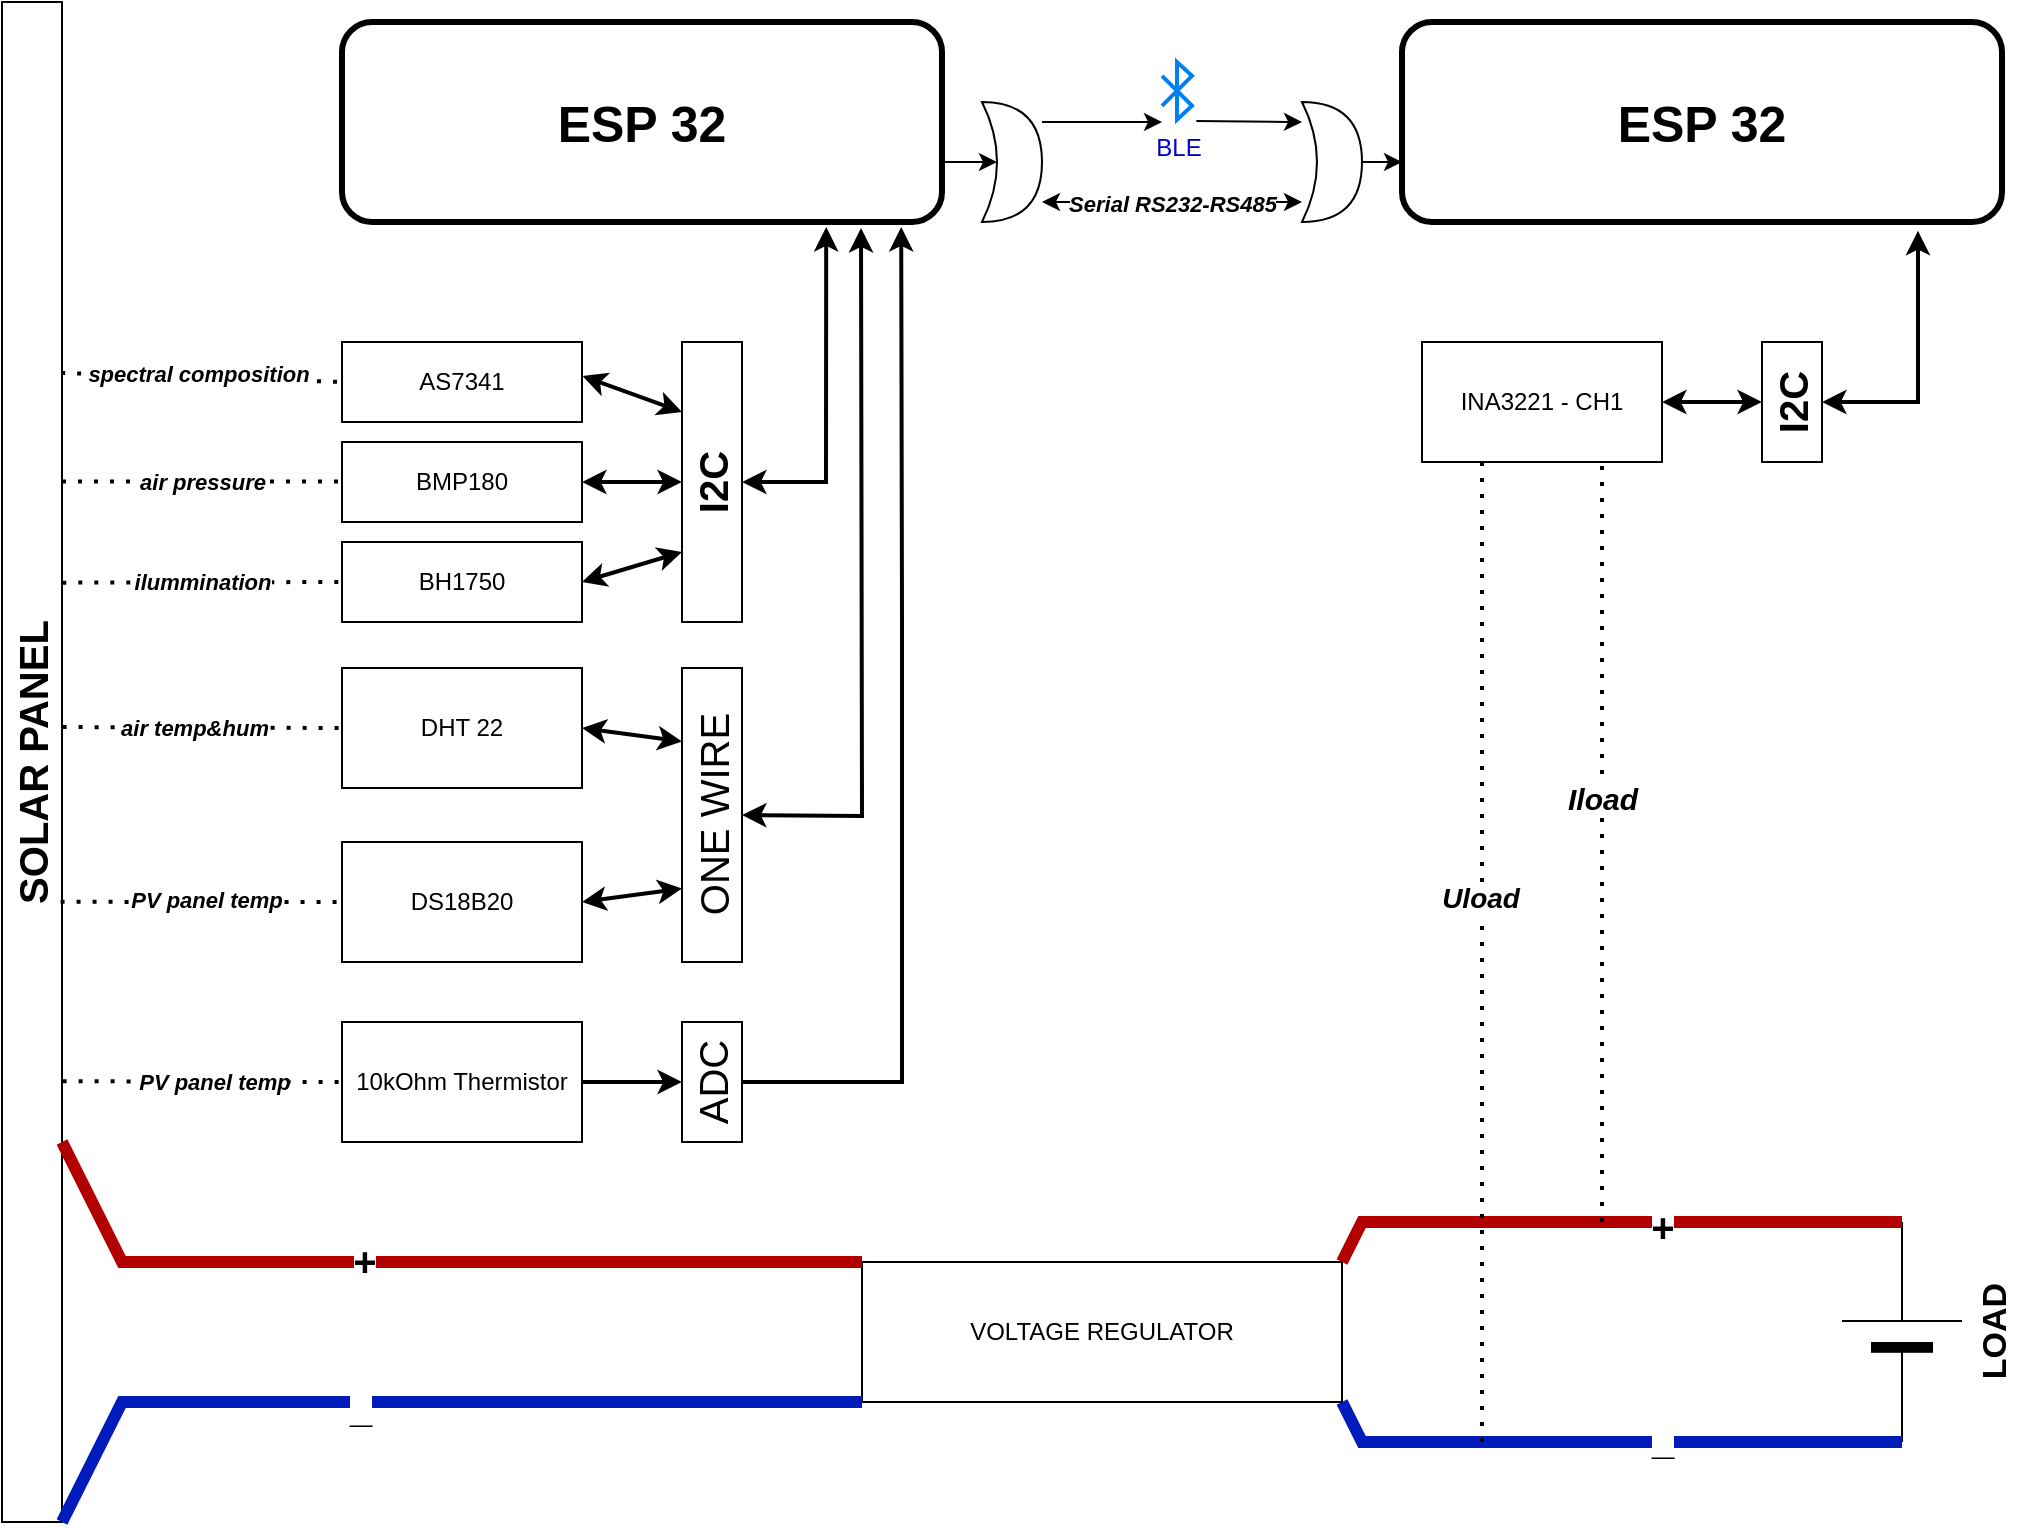
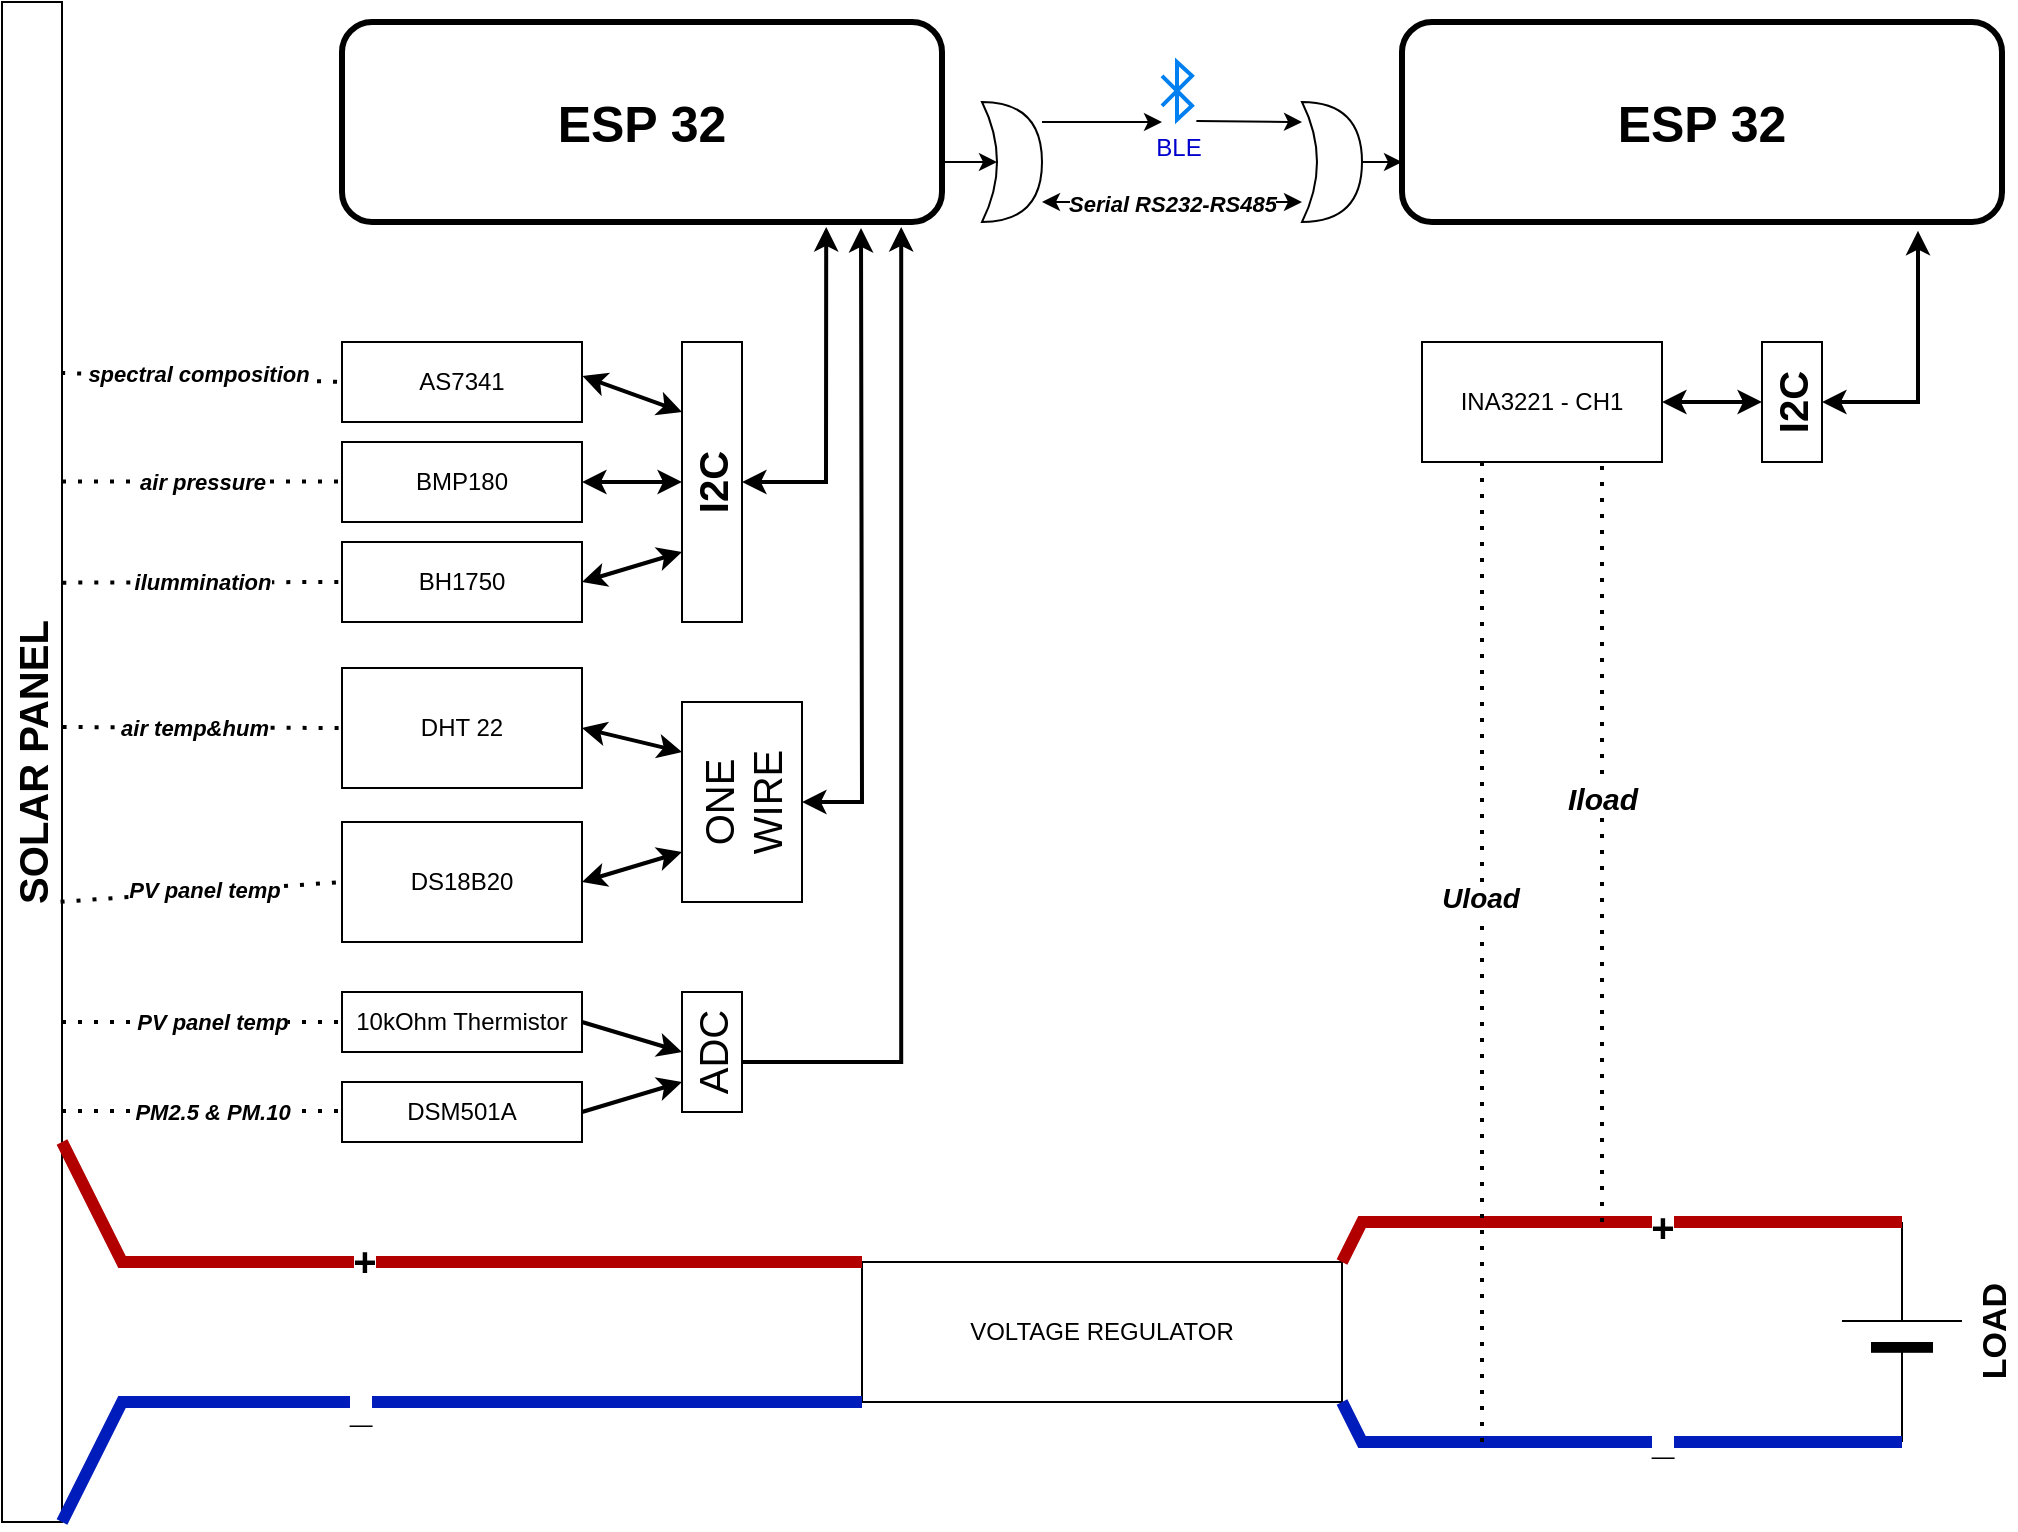
- <mxfile host="Electron" modified="2025-11-11T09:03:38.011Z" agent="Mozilla/5.0 (Windows NT 10.0; Win64; x64) AppleWebKit/537.36 (KHTML, like Gecko) draw.io/22.1.16 Chrome/120.0.6099.109 Electron/28.1.0 Safari/537.36" etag="u5xHpO6dtD288Hbh1UQF" version="22.1.16" type="device">
+ <mxfile host="Electron" modified="2026-04-18T19:34:10.378Z" agent="Mozilla/5.0 (Windows NT 10.0; Win64; x64) AppleWebKit/537.36 (KHTML, like Gecko) draw.io/22.1.16 Chrome/120.0.6099.109 Electron/28.1.0 Safari/537.36" etag="Jt_EB93wE-KIEg3zIVsf" version="22.1.16" type="device">
  <diagram name="Page-1" id="dsL5FArrMQpEW0t36DHo">
-     <mxGraphModel dx="676" dy="391" grid="1" gridSize="10" guides="1" tooltips="1" connect="1" arrows="1" fold="1" page="1" pageScale="1" pageWidth="1169" pageHeight="827" math="0" shadow="0">
+     <mxGraphModel dx="1578" dy="913" grid="1" gridSize="10" guides="1" tooltips="1" connect="1" arrows="1" fold="1" page="1" pageScale="1" pageWidth="1169" pageHeight="827" math="0" shadow="0">
      <root>
        <mxCell id="0" />
        <mxCell id="1" parent="0" />
        <mxCell id="nxWvIqxsWln9l-AZaTEs-78" value="" style="edgeStyle=orthogonalEdgeStyle;rounded=0;orthogonalLoop=1;jettySize=auto;html=1;entryX=0.25;entryY=0.5;entryDx=0;entryDy=0;entryPerimeter=0;" parent="1" source="nxWvIqxsWln9l-AZaTEs-2" target="nxWvIqxsWln9l-AZaTEs-77" edge="1">
          <mxGeometry relative="1" as="geometry">
            <Array as="points">
              <mxPoint x="540" y="100" />
              <mxPoint x="540" y="100" />
            </Array>
          </mxGeometry>
        </mxCell>
        <mxCell id="nxWvIqxsWln9l-AZaTEs-2" value="&lt;b&gt;&lt;font style=&quot;font-size: 25px;&quot;&gt;ESP 32&lt;/font&gt;&lt;/b&gt;" style="rounded=1;whiteSpace=wrap;html=1;strokeWidth=3;rotation=0;" parent="1" vertex="1">
          <mxGeometry x="230" y="30" width="300" height="100" as="geometry" />
        </mxCell>
        <mxCell id="nxWvIqxsWln9l-AZaTEs-4" value="&lt;b&gt;&lt;font style=&quot;font-size: 20px;&quot;&gt;SOLAR PANEL&lt;/font&gt;&lt;/b&gt;" style="shape=rect;dashed=0;shadow=0;html=1;whiteSpace=wrap;direction=south;horizontal=0;" parent="1" vertex="1">
          <mxGeometry x="60" y="20" width="30" height="760" as="geometry" />
        </mxCell>
        <mxCell id="nxWvIqxsWln9l-AZaTEs-5" value="&lt;b&gt;&lt;font style=&quot;font-size: 25px;&quot;&gt;ESP 32&lt;/font&gt;&lt;/b&gt;" style="rounded=1;whiteSpace=wrap;html=1;strokeWidth=3;rotation=0;" parent="1" vertex="1">
          <mxGeometry x="760" y="30" width="300" height="100" as="geometry" />
        </mxCell>
        <mxCell id="nxWvIqxsWln9l-AZaTEs-6" value="DHT 22" style="rounded=0;whiteSpace=wrap;html=1;" parent="1" vertex="1">
          <mxGeometry x="230" y="353" width="120" height="60" as="geometry" />
        </mxCell>
        <mxCell id="nxWvIqxsWln9l-AZaTEs-7" value="BH1750" style="rounded=0;whiteSpace=wrap;html=1;" parent="1" vertex="1">
          <mxGeometry x="230" y="290" width="120" height="40" as="geometry" />
        </mxCell>
        <mxCell id="nxWvIqxsWln9l-AZaTEs-8" value="AS7341" style="rounded=0;whiteSpace=wrap;html=1;" parent="1" vertex="1">
          <mxGeometry x="230" y="190" width="120" height="40" as="geometry" />
        </mxCell>
        <mxCell id="nxWvIqxsWln9l-AZaTEs-9" value="DS18B20" style="rounded=0;whiteSpace=wrap;html=1;" parent="1" vertex="1">
-           <mxGeometry x="230" y="440" width="120" height="60" as="geometry" />
+           <mxGeometry x="230" y="430" width="120" height="60" as="geometry" />
        </mxCell>
        <mxCell id="nxWvIqxsWln9l-AZaTEs-10" value="10kOhm Thermistor" style="rounded=0;whiteSpace=wrap;html=1;" parent="1" vertex="1">
-           <mxGeometry x="230" y="530" width="120" height="60" as="geometry" />
+           <mxGeometry x="230" y="515" width="120" height="30" as="geometry" />
        </mxCell>
        <mxCell id="nxWvIqxsWln9l-AZaTEs-11" value="INA3221 - CH1" style="rounded=0;whiteSpace=wrap;html=1;" parent="1" vertex="1">
          <mxGeometry x="770" y="190" width="120" height="60" as="geometry" />
        </mxCell>
        <mxCell id="nxWvIqxsWln9l-AZaTEs-12" value="&lt;b&gt;&lt;font style=&quot;font-size: 17px;&quot;&gt;LOAD&lt;/font&gt;&lt;/b&gt;" style="verticalLabelPosition=bottom;shadow=0;dashed=0;align=center;fillColor=strokeColor;html=1;verticalAlign=top;strokeWidth=1;shape=mxgraph.electrical.miscellaneous.monocell_battery;rotation=-90;" parent="1" vertex="1">
          <mxGeometry x="955" y="655" width="110" height="60" as="geometry" />
        </mxCell>
        <mxCell id="nxWvIqxsWln9l-AZaTEs-13" value="VOLTAGE REGULATOR" style="rounded=0;whiteSpace=wrap;html=1;" parent="1" vertex="1">
          <mxGeometry x="490" y="650" width="240" height="70" as="geometry" />
        </mxCell>
        <mxCell id="nxWvIqxsWln9l-AZaTEs-14" value="" style="endArrow=none;html=1;rounded=0;exitX=1;exitY=0;exitDx=0;exitDy=0;entryX=1;entryY=0.5;entryDx=0;entryDy=0;entryPerimeter=0;strokeWidth=6;fillColor=#e51400;strokeColor=#B20000;" parent="1" source="nxWvIqxsWln9l-AZaTEs-13" target="nxWvIqxsWln9l-AZaTEs-12" edge="1">
          <mxGeometry width="50" height="50" relative="1" as="geometry">
            <mxPoint x="630" y="470" as="sourcePoint" />
            <mxPoint x="680" y="420" as="targetPoint" />
            <Array as="points">
              <mxPoint x="740" y="630" />
            </Array>
          </mxGeometry>
        </mxCell>
        <mxCell id="nxWvIqxsWln9l-AZaTEs-61" value="+" style="edgeLabel;html=1;align=center;verticalAlign=middle;resizable=0;points=[];fontSize=20;fontStyle=1" parent="nxWvIqxsWln9l-AZaTEs-14" vertex="1" connectable="0">
          <mxGeometry x="0.2298" y="-2" relative="1" as="geometry">
            <mxPoint x="-8" as="offset" />
          </mxGeometry>
        </mxCell>
        <mxCell id="nxWvIqxsWln9l-AZaTEs-15" value="" style="endArrow=none;html=1;rounded=0;exitX=1;exitY=1;exitDx=0;exitDy=0;strokeWidth=6;fillColor=#0050ef;strokeColor=#001DBC;fontSize=20;fontStyle=1" parent="1" source="nxWvIqxsWln9l-AZaTEs-13" edge="1">
          <mxGeometry width="50" height="50" relative="1" as="geometry">
            <mxPoint x="630" y="470" as="sourcePoint" />
            <mxPoint x="1010" y="740" as="targetPoint" />
            <Array as="points">
              <mxPoint x="740" y="740" />
            </Array>
          </mxGeometry>
        </mxCell>
        <mxCell id="nxWvIqxsWln9l-AZaTEs-62" value="_" style="edgeLabel;html=1;align=center;verticalAlign=middle;resizable=0;points=[];fontSize=20;fontStyle=1" parent="nxWvIqxsWln9l-AZaTEs-15" vertex="1" connectable="0">
          <mxGeometry x="0.3485" y="2" relative="1" as="geometry">
            <mxPoint x="-25" as="offset" />
          </mxGeometry>
        </mxCell>
        <mxCell id="nxWvIqxsWln9l-AZaTEs-16" value="" style="endArrow=none;html=1;rounded=0;exitX=0;exitY=0;exitDx=0;exitDy=0;entryX=0.75;entryY=0;entryDx=0;entryDy=0;strokeWidth=6;fillColor=#e51400;strokeColor=#B20000;" parent="1" source="nxWvIqxsWln9l-AZaTEs-13" target="nxWvIqxsWln9l-AZaTEs-4" edge="1">
          <mxGeometry width="50" height="50" relative="1" as="geometry">
            <mxPoint x="630" y="470" as="sourcePoint" />
            <mxPoint x="680" y="420" as="targetPoint" />
            <Array as="points">
              <mxPoint x="120" y="650" />
            </Array>
          </mxGeometry>
        </mxCell>
        <mxCell id="nxWvIqxsWln9l-AZaTEs-59" value="+" style="edgeLabel;html=1;align=center;verticalAlign=middle;resizable=0;points=[];fontSize=20;fontStyle=1" parent="nxWvIqxsWln9l-AZaTEs-16" vertex="1" connectable="0">
          <mxGeometry x="0.1403" y="-1" relative="1" as="geometry">
            <mxPoint as="offset" />
          </mxGeometry>
        </mxCell>
        <mxCell id="nxWvIqxsWln9l-AZaTEs-17" value="" style="endArrow=none;html=1;rounded=0;exitX=0;exitY=1;exitDx=0;exitDy=0;entryX=1;entryY=0;entryDx=0;entryDy=0;strokeWidth=6;fillColor=#0050ef;strokeColor=#001DBC;" parent="1" source="nxWvIqxsWln9l-AZaTEs-13" target="nxWvIqxsWln9l-AZaTEs-4" edge="1">
          <mxGeometry width="50" height="50" relative="1" as="geometry">
            <mxPoint x="630" y="470" as="sourcePoint" />
            <mxPoint x="680" y="420" as="targetPoint" />
            <Array as="points">
              <mxPoint x="120" y="720" />
            </Array>
          </mxGeometry>
        </mxCell>
        <mxCell id="nxWvIqxsWln9l-AZaTEs-60" value="_" style="edgeLabel;html=1;align=center;verticalAlign=middle;resizable=0;points=[];fontSize=20;fontStyle=1" parent="nxWvIqxsWln9l-AZaTEs-17" vertex="1" connectable="0">
          <mxGeometry x="0.15" y="2" relative="1" as="geometry">
            <mxPoint as="offset" />
          </mxGeometry>
        </mxCell>
        <mxCell id="nxWvIqxsWln9l-AZaTEs-20" value="" style="endArrow=none;dashed=1;html=1;dashPattern=1 3;strokeWidth=2;rounded=0;entryX=0.25;entryY=1;entryDx=0;entryDy=0;" parent="1" target="nxWvIqxsWln9l-AZaTEs-11" edge="1">
          <mxGeometry width="50" height="50" relative="1" as="geometry">
            <mxPoint x="800" y="740" as="sourcePoint" />
            <mxPoint x="680" y="420" as="targetPoint" />
          </mxGeometry>
        </mxCell>
        <mxCell id="nxWvIqxsWln9l-AZaTEs-22" value="&lt;b style=&quot;font-size: 14px;&quot;&gt;Uload&lt;/b&gt;" style="edgeLabel;html=1;align=center;verticalAlign=middle;resizable=0;points=[];fontSize=14;fontStyle=2" parent="nxWvIqxsWln9l-AZaTEs-20" vertex="1" connectable="0">
          <mxGeometry x="0.1117" y="1" relative="1" as="geometry">
            <mxPoint as="offset" />
          </mxGeometry>
        </mxCell>
        <mxCell id="nxWvIqxsWln9l-AZaTEs-21" value="" style="endArrow=none;dashed=1;html=1;dashPattern=1 3;strokeWidth=2;rounded=0;entryX=0.75;entryY=1;entryDx=0;entryDy=0;" parent="1" target="nxWvIqxsWln9l-AZaTEs-11" edge="1">
          <mxGeometry width="50" height="50" relative="1" as="geometry">
            <mxPoint x="860" y="630" as="sourcePoint" />
            <mxPoint x="860" y="540" as="targetPoint" />
          </mxGeometry>
        </mxCell>
        <mxCell id="nxWvIqxsWln9l-AZaTEs-24" value="&lt;b style=&quot;font-size: 15px;&quot;&gt;Iload&lt;/b&gt;" style="edgeLabel;html=1;align=center;verticalAlign=middle;resizable=0;points=[];fontSize=15;fontStyle=2" parent="nxWvIqxsWln9l-AZaTEs-21" vertex="1" connectable="0">
          <mxGeometry x="0.1158" relative="1" as="geometry">
            <mxPoint as="offset" />
          </mxGeometry>
        </mxCell>
        <mxCell id="nxWvIqxsWln9l-AZaTEs-39" value="&lt;b&gt;&lt;font style=&quot;font-size: 20px;&quot;&gt;I2C&lt;/font&gt;&lt;/b&gt;" style="shape=rect;dashed=0;shadow=0;html=1;whiteSpace=wrap;direction=south;horizontal=0;" parent="1" vertex="1">
          <mxGeometry x="400" y="190" width="30" height="140" as="geometry" />
        </mxCell>
        <mxCell id="nxWvIqxsWln9l-AZaTEs-40" value="&lt;font style=&quot;font-size: 20px;&quot;&gt;ONE WIRE&lt;/font&gt;" style="shape=rect;dashed=0;shadow=0;html=1;whiteSpace=wrap;direction=south;horizontal=0;" parent="1" vertex="1">
-           <mxGeometry x="400" y="353" width="30" height="147" as="geometry" />
+           <mxGeometry x="400" y="370" width="60" height="100" as="geometry" />
        </mxCell>
        <mxCell id="nxWvIqxsWln9l-AZaTEs-55" style="edgeStyle=orthogonalEdgeStyle;rounded=0;orthogonalLoop=1;jettySize=auto;html=1;entryX=0.932;entryY=1.025;entryDx=0;entryDy=0;entryPerimeter=0;strokeWidth=2;" parent="1" source="nxWvIqxsWln9l-AZaTEs-41" target="nxWvIqxsWln9l-AZaTEs-2" edge="1">
          <mxGeometry relative="1" as="geometry">
            <mxPoint x="510" y="139" as="targetPoint" />
            <Array as="points">
-               <mxPoint x="510" y="560" />
-               <mxPoint x="510" y="330" />
-               <mxPoint x="510" y="330" />
+               <mxPoint x="510" y="550" />
            </Array>
          </mxGeometry>
        </mxCell>
        <mxCell id="nxWvIqxsWln9l-AZaTEs-41" value="&lt;font style=&quot;font-size: 20px;&quot;&gt;ADC&lt;/font&gt;" style="shape=rect;dashed=0;shadow=0;html=1;whiteSpace=wrap;direction=south;horizontal=0;" parent="1" vertex="1">
-           <mxGeometry x="400" y="530" width="30" height="60" as="geometry" />
+           <mxGeometry x="400" y="515" width="30" height="60" as="geometry" />
        </mxCell>
        <mxCell id="nxWvIqxsWln9l-AZaTEs-42" value="" style="endArrow=classic;startArrow=classic;html=1;rounded=0;entryX=1.002;entryY=0.424;entryDx=0;entryDy=0;entryPerimeter=0;exitX=0.25;exitY=1;exitDx=0;exitDy=0;strokeWidth=2;" parent="1" source="nxWvIqxsWln9l-AZaTEs-39" target="nxWvIqxsWln9l-AZaTEs-8" edge="1">
          <mxGeometry width="50" height="50" relative="1" as="geometry">
            <mxPoint x="450" y="390" as="sourcePoint" />
            <mxPoint x="500" y="340" as="targetPoint" />
          </mxGeometry>
        </mxCell>
        <mxCell id="nxWvIqxsWln9l-AZaTEs-43" value="" style="endArrow=classic;startArrow=classic;html=1;rounded=0;exitX=1;exitY=0.5;exitDx=0;exitDy=0;entryX=0.75;entryY=1;entryDx=0;entryDy=0;strokeWidth=2;" parent="1" source="nxWvIqxsWln9l-AZaTEs-7" target="nxWvIqxsWln9l-AZaTEs-39" edge="1">
          <mxGeometry width="50" height="50" relative="1" as="geometry">
            <mxPoint x="450" y="390" as="sourcePoint" />
            <mxPoint x="500" y="340" as="targetPoint" />
          </mxGeometry>
        </mxCell>
        <mxCell id="nxWvIqxsWln9l-AZaTEs-44" value="" style="endArrow=classic;startArrow=classic;html=1;rounded=0;entryX=1;entryY=0.5;entryDx=0;entryDy=0;exitX=0.25;exitY=1;exitDx=0;exitDy=0;strokeWidth=2;" parent="1" source="nxWvIqxsWln9l-AZaTEs-40" target="nxWvIqxsWln9l-AZaTEs-6" edge="1">
          <mxGeometry width="50" height="50" relative="1" as="geometry">
            <mxPoint x="450" y="390" as="sourcePoint" />
            <mxPoint x="500" y="340" as="targetPoint" />
          </mxGeometry>
        </mxCell>
        <mxCell id="nxWvIqxsWln9l-AZaTEs-45" value="" style="endArrow=classic;startArrow=classic;html=1;rounded=0;exitX=1;exitY=0.5;exitDx=0;exitDy=0;entryX=0.75;entryY=1;entryDx=0;entryDy=0;strokeWidth=2;" parent="1" source="nxWvIqxsWln9l-AZaTEs-9" target="nxWvIqxsWln9l-AZaTEs-40" edge="1">
          <mxGeometry width="50" height="50" relative="1" as="geometry">
            <mxPoint x="450" y="390" as="sourcePoint" />
            <mxPoint x="500" y="340" as="targetPoint" />
          </mxGeometry>
        </mxCell>
        <mxCell id="nxWvIqxsWln9l-AZaTEs-46" value="" style="endArrow=classic;html=1;rounded=0;exitX=1;exitY=0.5;exitDx=0;exitDy=0;entryX=0.5;entryY=1;entryDx=0;entryDy=0;strokeWidth=2;" parent="1" source="nxWvIqxsWln9l-AZaTEs-10" target="nxWvIqxsWln9l-AZaTEs-41" edge="1">
          <mxGeometry width="50" height="50" relative="1" as="geometry">
            <mxPoint x="450" y="390" as="sourcePoint" />
            <mxPoint x="500" y="340" as="targetPoint" />
          </mxGeometry>
        </mxCell>
        <mxCell id="nxWvIqxsWln9l-AZaTEs-47" value="" style="endArrow=none;dashed=1;html=1;dashPattern=1 3;strokeWidth=2;rounded=0;entryX=0;entryY=0.5;entryDx=0;entryDy=0;exitX=0.244;exitY=0.014;exitDx=0;exitDy=0;exitPerimeter=0;" parent="1" source="nxWvIqxsWln9l-AZaTEs-4" target="nxWvIqxsWln9l-AZaTEs-8" edge="1">
          <mxGeometry width="50" height="50" relative="1" as="geometry">
            <mxPoint x="90" y="220" as="sourcePoint" />
            <mxPoint x="500" y="340" as="targetPoint" />
          </mxGeometry>
        </mxCell>
        <mxCell id="nxWvIqxsWln9l-AZaTEs-69" value="spectral composition" style="edgeLabel;html=1;align=center;verticalAlign=middle;resizable=0;points=[];fontStyle=3" parent="nxWvIqxsWln9l-AZaTEs-47" vertex="1" connectable="0">
          <mxGeometry x="-0.0345" y="2" relative="1" as="geometry">
            <mxPoint as="offset" />
          </mxGeometry>
        </mxCell>
        <mxCell id="nxWvIqxsWln9l-AZaTEs-48" value="" style="endArrow=none;dashed=1;html=1;dashPattern=1 3;strokeWidth=2;rounded=0;entryX=0;entryY=0.5;entryDx=0;entryDy=0;exitX=0.382;exitY=-0.005;exitDx=0;exitDy=0;exitPerimeter=0;" parent="1" source="nxWvIqxsWln9l-AZaTEs-4" target="nxWvIqxsWln9l-AZaTEs-7" edge="1">
          <mxGeometry width="50" height="50" relative="1" as="geometry">
            <mxPoint x="160" y="300" as="sourcePoint" />
            <mxPoint x="210" y="250" as="targetPoint" />
          </mxGeometry>
        </mxCell>
        <mxCell id="nxWvIqxsWln9l-AZaTEs-72" value="ilummination" style="edgeLabel;html=1;align=center;verticalAlign=middle;resizable=0;points=[];fontStyle=3" parent="nxWvIqxsWln9l-AZaTEs-48" vertex="1" connectable="0">
          <mxGeometry x="-0.3609" y="1" relative="1" as="geometry">
            <mxPoint x="25" y="1" as="offset" />
          </mxGeometry>
        </mxCell>
        <mxCell id="nxWvIqxsWln9l-AZaTEs-49" value="" style="endArrow=none;dashed=1;html=1;dashPattern=1 3;strokeWidth=2;rounded=0;entryX=0;entryY=0.5;entryDx=0;entryDy=0;exitX=0.477;exitY=-0.01;exitDx=0;exitDy=0;exitPerimeter=0;" parent="1" source="nxWvIqxsWln9l-AZaTEs-4" target="nxWvIqxsWln9l-AZaTEs-6" edge="1">
          <mxGeometry width="50" height="50" relative="1" as="geometry">
            <mxPoint x="160" y="440" as="sourcePoint" />
            <mxPoint x="210" y="390" as="targetPoint" />
          </mxGeometry>
        </mxCell>
        <mxCell id="nxWvIqxsWln9l-AZaTEs-73" value="air temp&amp;amp;hum" style="edgeLabel;html=1;align=center;verticalAlign=middle;resizable=0;points=[];fontStyle=3" parent="nxWvIqxsWln9l-AZaTEs-49" vertex="1" connectable="0">
          <mxGeometry x="-0.0666" relative="1" as="geometry">
            <mxPoint as="offset" />
          </mxGeometry>
        </mxCell>
        <mxCell id="nxWvIqxsWln9l-AZaTEs-50" value="" style="endArrow=none;dashed=1;html=1;dashPattern=1 3;strokeWidth=2;rounded=0;entryX=0;entryY=0.5;entryDx=0;entryDy=0;exitX=0.592;exitY=0.024;exitDx=0;exitDy=0;exitPerimeter=0;" parent="1" source="nxWvIqxsWln9l-AZaTEs-4" target="nxWvIqxsWln9l-AZaTEs-9" edge="1">
          <mxGeometry width="50" height="50" relative="1" as="geometry">
            <mxPoint x="160" y="510" as="sourcePoint" />
            <mxPoint x="210" y="460" as="targetPoint" />
          </mxGeometry>
        </mxCell>
        <mxCell id="nxWvIqxsWln9l-AZaTEs-74" value="PV panel temp" style="edgeLabel;html=1;align=center;verticalAlign=middle;resizable=0;points=[];fontStyle=3" parent="nxWvIqxsWln9l-AZaTEs-50" vertex="1" connectable="0">
          <mxGeometry x="0.0241" y="1" relative="1" as="geometry">
            <mxPoint as="offset" />
          </mxGeometry>
        </mxCell>
-         <mxCell id="nxWvIqxsWln9l-AZaTEs-51" value="" style="endArrow=none;dashed=1;html=1;dashPattern=1 3;strokeWidth=2;rounded=0;entryX=0;entryY=0.5;entryDx=0;entryDy=0;exitX=0.71;exitY=-0.01;exitDx=0;exitDy=0;exitPerimeter=0;" parent="1" source="nxWvIqxsWln9l-AZaTEs-4" target="nxWvIqxsWln9l-AZaTEs-10" edge="1">
+         <mxCell id="nxWvIqxsWln9l-AZaTEs-51" value="" style="endArrow=none;dashed=1;html=1;dashPattern=1 3;strokeWidth=2;rounded=0;entryX=0;entryY=0.5;entryDx=0;entryDy=0;exitX=0.671;exitY=0;exitDx=0;exitDy=0;exitPerimeter=0;" parent="1" source="nxWvIqxsWln9l-AZaTEs-4" target="nxWvIqxsWln9l-AZaTEs-10" edge="1">
          <mxGeometry width="50" height="50" relative="1" as="geometry">
            <mxPoint x="160" y="590" as="sourcePoint" />
            <mxPoint x="210" y="540" as="targetPoint" />
          </mxGeometry>
        </mxCell>
        <mxCell id="nxWvIqxsWln9l-AZaTEs-75" value="PV panel temp" style="edgeLabel;html=1;align=center;verticalAlign=middle;resizable=0;points=[];fontStyle=3" parent="nxWvIqxsWln9l-AZaTEs-51" vertex="1" connectable="0">
          <mxGeometry x="0.0706" relative="1" as="geometry">
            <mxPoint as="offset" />
          </mxGeometry>
        </mxCell>
        <mxCell id="nxWvIqxsWln9l-AZaTEs-52" value="" style="endArrow=classic;startArrow=classic;html=1;rounded=0;exitX=0.5;exitY=0;exitDx=0;exitDy=0;entryX=0.807;entryY=1.025;entryDx=0;entryDy=0;entryPerimeter=0;strokeWidth=2;" parent="1" source="nxWvIqxsWln9l-AZaTEs-39" target="nxWvIqxsWln9l-AZaTEs-2" edge="1">
          <mxGeometry width="50" height="50" relative="1" as="geometry">
            <mxPoint x="470" y="270" as="sourcePoint" />
            <mxPoint x="520" y="220" as="targetPoint" />
            <Array as="points">
              <mxPoint x="472" y="260" />
            </Array>
          </mxGeometry>
        </mxCell>
        <mxCell id="nxWvIqxsWln9l-AZaTEs-53" value="" style="endArrow=classic;startArrow=classic;html=1;rounded=0;exitX=0.5;exitY=0;exitDx=0;exitDy=0;entryX=0.865;entryY=1.03;entryDx=0;entryDy=0;entryPerimeter=0;strokeWidth=2;" parent="1" source="nxWvIqxsWln9l-AZaTEs-40" target="nxWvIqxsWln9l-AZaTEs-2" edge="1">
          <mxGeometry width="50" height="50" relative="1" as="geometry">
            <mxPoint x="470" y="270" as="sourcePoint" />
            <mxPoint x="520" y="220" as="targetPoint" />
            <Array as="points">
-               <mxPoint x="490" y="427" />
+               <mxPoint x="490" y="420" />
            </Array>
          </mxGeometry>
        </mxCell>
        <mxCell id="nxWvIqxsWln9l-AZaTEs-56" value="&lt;b&gt;&lt;font style=&quot;font-size: 20px;&quot;&gt;I2C&lt;/font&gt;&lt;/b&gt;" style="shape=rect;dashed=0;shadow=0;html=1;whiteSpace=wrap;direction=south;horizontal=0;" parent="1" vertex="1">
          <mxGeometry x="940" y="190" width="30" height="60" as="geometry" />
        </mxCell>
        <mxCell id="nxWvIqxsWln9l-AZaTEs-57" value="" style="endArrow=classic;startArrow=classic;html=1;rounded=0;entryX=0.5;entryY=1;entryDx=0;entryDy=0;exitX=1;exitY=0.5;exitDx=0;exitDy=0;strokeWidth=2;" parent="1" source="nxWvIqxsWln9l-AZaTEs-11" target="nxWvIqxsWln9l-AZaTEs-56" edge="1">
          <mxGeometry width="50" height="50" relative="1" as="geometry">
            <mxPoint x="840" y="300" as="sourcePoint" />
            <mxPoint x="890" y="250" as="targetPoint" />
          </mxGeometry>
        </mxCell>
        <mxCell id="nxWvIqxsWln9l-AZaTEs-58" value="" style="endArrow=classic;startArrow=classic;html=1;rounded=0;entryX=0.86;entryY=1.044;entryDx=0;entryDy=0;entryPerimeter=0;exitX=0.5;exitY=0;exitDx=0;exitDy=0;strokeWidth=2;" parent="1" source="nxWvIqxsWln9l-AZaTEs-56" target="nxWvIqxsWln9l-AZaTEs-5" edge="1">
          <mxGeometry width="50" height="50" relative="1" as="geometry">
            <mxPoint x="840" y="300" as="sourcePoint" />
            <mxPoint x="890" y="250" as="targetPoint" />
            <Array as="points">
              <mxPoint x="1018" y="220" />
            </Array>
          </mxGeometry>
        </mxCell>
        <mxCell id="nxWvIqxsWln9l-AZaTEs-63" value="&lt;font color=&quot;#0000cc&quot;&gt;BLE&lt;/font&gt;" style="html=1;verticalLabelPosition=bottom;align=center;labelBackgroundColor=#ffffff;verticalAlign=top;strokeWidth=2;strokeColor=#0080F0;shadow=0;dashed=0;shape=mxgraph.ios7.icons.bluetooth;pointerEvents=1" parent="1" vertex="1">
          <mxGeometry x="640" y="50" width="15" height="28.799999999999997" as="geometry" />
        </mxCell>
        <mxCell id="nxWvIqxsWln9l-AZaTEs-64" value="" style="endArrow=classic;startArrow=classic;html=1;rounded=0;" parent="1" edge="1">
          <mxGeometry width="50" height="50" relative="1" as="geometry">
            <mxPoint x="580" y="120" as="sourcePoint" />
            <mxPoint x="710" y="120" as="targetPoint" />
          </mxGeometry>
        </mxCell>
        <mxCell id="nxWvIqxsWln9l-AZaTEs-65" value="Serial RS232-RS485" style="edgeLabel;html=1;align=center;verticalAlign=middle;resizable=0;points=[];fontStyle=3" parent="nxWvIqxsWln9l-AZaTEs-64" vertex="1" connectable="0">
          <mxGeometry x="-0.0027" y="-1" relative="1" as="geometry">
            <mxPoint as="offset" />
          </mxGeometry>
        </mxCell>
        <mxCell id="nxWvIqxsWln9l-AZaTEs-67" value="" style="endArrow=classic;html=1;rounded=0;" parent="1" edge="1">
          <mxGeometry width="50" height="50" relative="1" as="geometry">
            <mxPoint x="580" y="80" as="sourcePoint" />
            <mxPoint x="640" y="80" as="targetPoint" />
          </mxGeometry>
        </mxCell>
        <mxCell id="nxWvIqxsWln9l-AZaTEs-68" value="" style="endArrow=classic;html=1;rounded=0;exitX=1.145;exitY=1.025;exitDx=0;exitDy=0;exitPerimeter=0;" parent="1" source="nxWvIqxsWln9l-AZaTEs-63" edge="1">
          <mxGeometry width="50" height="50" relative="1" as="geometry">
            <mxPoint x="600" y="100" as="sourcePoint" />
            <mxPoint x="710" y="80" as="targetPoint" />
          </mxGeometry>
        </mxCell>
        <mxCell id="nxWvIqxsWln9l-AZaTEs-76" value="" style="shape=xor;whiteSpace=wrap;html=1;" parent="1" vertex="1">
          <mxGeometry x="710" y="70" width="30" height="60" as="geometry" />
        </mxCell>
        <mxCell id="nxWvIqxsWln9l-AZaTEs-77" value="" style="shape=xor;whiteSpace=wrap;html=1;" parent="1" vertex="1">
          <mxGeometry x="550" y="70" width="30" height="60" as="geometry" />
        </mxCell>
        <mxCell id="nxWvIqxsWln9l-AZaTEs-79" style="edgeStyle=orthogonalEdgeStyle;rounded=0;orthogonalLoop=1;jettySize=auto;html=1;entryX=0;entryY=0.7;entryDx=0;entryDy=0;entryPerimeter=0;" parent="1" source="nxWvIqxsWln9l-AZaTEs-76" target="nxWvIqxsWln9l-AZaTEs-5" edge="1">
          <mxGeometry relative="1" as="geometry" />
        </mxCell>
        <mxCell id="3t6vk978xK-sQ4SHTiGS-1" value="BMP180" style="rounded=0;whiteSpace=wrap;html=1;" parent="1" vertex="1">
          <mxGeometry x="230" y="240" width="120" height="40" as="geometry" />
        </mxCell>
        <mxCell id="3t6vk978xK-sQ4SHTiGS-2" value="" style="endArrow=classic;startArrow=classic;html=1;rounded=0;entryX=1;entryY=0.5;entryDx=0;entryDy=0;exitX=0.5;exitY=1;exitDx=0;exitDy=0;strokeWidth=2;" parent="1" source="nxWvIqxsWln9l-AZaTEs-39" target="3t6vk978xK-sQ4SHTiGS-1" edge="1">
          <mxGeometry width="50" height="50" relative="1" as="geometry">
            <mxPoint x="410" y="235" as="sourcePoint" />
            <mxPoint x="360" y="217" as="targetPoint" />
          </mxGeometry>
        </mxCell>
        <mxCell id="3t6vk978xK-sQ4SHTiGS-4" value="" style="endArrow=none;dashed=1;html=1;dashPattern=1 3;strokeWidth=2;rounded=0;entryX=0;entryY=0.5;entryDx=0;entryDy=0;exitX=0.382;exitY=-0.005;exitDx=0;exitDy=0;exitPerimeter=0;" parent="1" edge="1">
          <mxGeometry width="50" height="50" relative="1" as="geometry">
            <mxPoint x="90" y="259.71" as="sourcePoint" />
            <mxPoint x="230" y="259.71" as="targetPoint" />
          </mxGeometry>
        </mxCell>
        <mxCell id="3t6vk978xK-sQ4SHTiGS-5" value="air pressure" style="edgeLabel;html=1;align=center;verticalAlign=middle;resizable=0;points=[];fontStyle=3" parent="3t6vk978xK-sQ4SHTiGS-4" vertex="1" connectable="0">
          <mxGeometry x="-0.3609" y="1" relative="1" as="geometry">
            <mxPoint x="25" y="1" as="offset" />
+           </mxGeometry>
+         </mxCell>
+         <mxCell id="J0QMPMhO3XdCiKnSePYj-1" value="DSM501A" style="rounded=0;whiteSpace=wrap;html=1;" vertex="1" parent="1">
+           <mxGeometry x="230" y="560" width="120" height="30" as="geometry" />
+         </mxCell>
+         <mxCell id="J0QMPMhO3XdCiKnSePYj-2" value="" style="endArrow=none;dashed=1;html=1;dashPattern=1 3;strokeWidth=2;rounded=0;entryX=0;entryY=0.5;entryDx=0;entryDy=0;exitX=0.671;exitY=0;exitDx=0;exitDy=0;exitPerimeter=0;" edge="1" parent="1">
+           <mxGeometry width="50" height="50" relative="1" as="geometry">
+             <mxPoint x="90" y="574.5" as="sourcePoint" />
+             <mxPoint x="230" y="574.5" as="targetPoint" />
+           </mxGeometry>
+         </mxCell>
+         <mxCell id="J0QMPMhO3XdCiKnSePYj-3" value="PM2.5 &amp;amp; PM.10" style="edgeLabel;html=1;align=center;verticalAlign=middle;resizable=0;points=[];fontStyle=3" vertex="1" connectable="0" parent="J0QMPMhO3XdCiKnSePYj-2">
+           <mxGeometry x="0.0706" relative="1" as="geometry">
+             <mxPoint as="offset" />
+           </mxGeometry>
+         </mxCell>
+         <mxCell id="J0QMPMhO3XdCiKnSePYj-6" value="" style="endArrow=classic;html=1;rounded=0;exitX=1;exitY=0.5;exitDx=0;exitDy=0;strokeWidth=2;" edge="1" parent="1" source="J0QMPMhO3XdCiKnSePYj-1">
+           <mxGeometry width="50" height="50" relative="1" as="geometry">
+             <mxPoint x="360" y="540" as="sourcePoint" />
+             <mxPoint x="400" y="560" as="targetPoint" />
          </mxGeometry>
        </mxCell>
      </root>
    </mxGraphModel>
  </diagram>
</mxfile>
